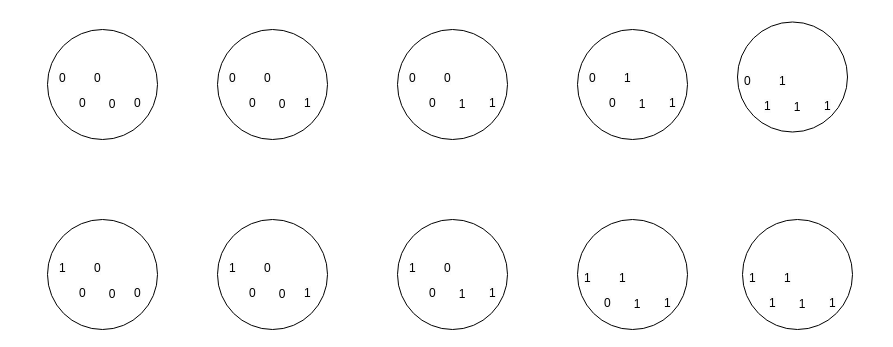
Earlier version of the draw.io diagram граф каналы.drawio (LegendarbIch/Chichin-Kirill). Source tidied: cells renumbered, new cells numbered last; positions are measured from the earlier drawing's top-left corner, leaving out a move shared by most shapes. Both pictures are drawn from the tidied source at 100%, with x=0, y=0 at pixel (47, 21).
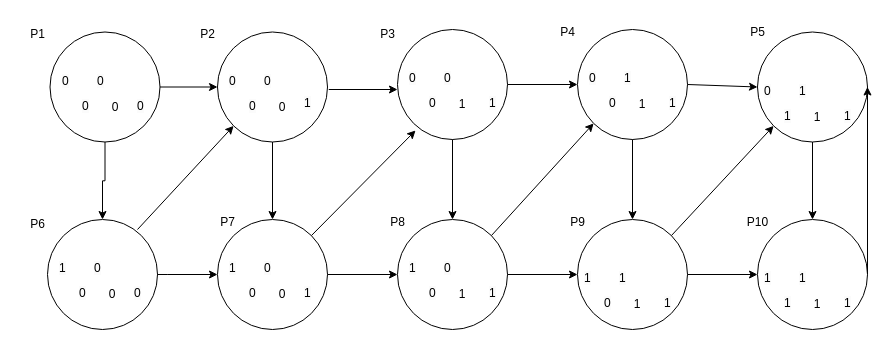
After the change.

Unchanged cells that the change refers to:
```xml
<mxCell id="10" value="&lt;span style=&quot;color: rgb(0, 0, 0); font-family: Helvetica; font-size: 12px; font-style: normal; font-variant-ligatures: normal; font-variant-caps: normal; font-weight: 400; letter-spacing: normal; orphans: 2; text-align: center; text-indent: 0px; text-transform: none; widows: 2; word-spacing: 0px; -webkit-text-stroke-width: 0px; background-color: rgb(251, 251, 251); text-decoration-thickness: initial; text-decoration-style: initial; text-decoration-color: initial; float: none; display: inline !important;&quot;&gt;1&lt;/span&gt;" style="text;whiteSpace=wrap;html=1;" parent="1" vertex="1">
  <mxGeometry x="255" y="68" width="35" height="40" as="geometry" />
</mxCell>
<mxCell id="14" style="ellipse;whiteSpace=wrap;html=1;" parent="1" vertex="1">
  <mxGeometry y="198" width="110" height="110" as="geometry" />
</mxCell>
<mxCell id="20" style="ellipse;whiteSpace=wrap;html=1;" parent="1" vertex="1">
  <mxGeometry x="170" y="198" width="110" height="110" as="geometry" />
</mxCell>
<mxCell id="26" style="ellipse;whiteSpace=wrap;html=1;" parent="1" vertex="1">
  <mxGeometry x="350" y="8" width="110" height="110" as="geometry" />
</mxCell>
<mxCell id="32" style="ellipse;whiteSpace=wrap;html=1;" parent="1" vertex="1">
  <mxGeometry x="350" y="198" width="110" height="110" as="geometry" />
</mxCell>
<mxCell id="38" style="ellipse;whiteSpace=wrap;html=1;" parent="1" vertex="1">
  <mxGeometry x="530" y="8" width="110" height="110" as="geometry" />
</mxCell>
<mxCell id="44" style="ellipse;whiteSpace=wrap;html=1;" parent="1" vertex="1">
  <mxGeometry x="530" y="198" width="110" height="110" as="geometry" />
</mxCell>
```

What changed in the source:
```diff
@@
+    <mxCell id="62" style="edgeStyle=orthogonalEdgeStyle;rounded=0;jettySize=auto;html=1;exitX=0.5;exitY=1;exitDx=0;exitDy=0;entryX=0.5;entryY=0;entryDx=0;entryDy=0;" parent="1" edge="1" source="2" target="14">
+      <mxGeometry relative="1" as="geometry" />
+    </mxCell>
     <mxCell id="2" style="ellipse;whiteSpace=wrap;html=1;" parent="1" vertex="1">
-      <mxGeometry y="8" width="110" height="110" as="geometry" />
+      <mxGeometry x="2.5" y="10.5" width="110" height="110" as="geometry" />
     </mxCell>
     <mxCell id="3" value="0" style="text;html=1;strokeColor=none;fillColor=none;align=center;verticalAlign=middle;whiteSpace=wrap;rounded=0;" parent="1" vertex="1">
-      <mxGeometry x="35" y="68" width="60" height="30" as="geometry" />
+      <mxGeometry x="37.5" y="70.5" width="60" height="30" as="geometry" />
     </mxCell>
     <mxCell id="4" value="&lt;span style=&quot;color: rgb(0, 0, 0); font-family: Helvetica; font-size: 12px; font-style: normal; font-variant-ligatures: normal; font-variant-caps: normal; font-weight: 400; letter-spacing: normal; orphans: 2; text-align: center; text-indent: 0px; text-transform: none; widows: 2; word-spacing: 0px; -webkit-text-stroke-width: 0px; background-color: rgb(251, 251, 251); text-decoration-thickness: initial; text-decoration-style: initial; text-decoration-color: initial; float: none; display: inline !important;&quot;&gt;0&lt;/span&gt;" style="text;whiteSpace=wrap;html=1;" parent="1" vertex="1">
-      <mxGeometry x="85" y="68" width="40" height="40" as="geometry" />
+      <mxGeometry x="87.5" y="70.5" width="40" height="40" as="geometry" />
     </mxCell>
     <mxCell id="5" value="&lt;span style=&quot;color: rgb(0, 0, 0); font-family: Helvetica; font-size: 12px; font-style: normal; font-variant-ligatures: normal; font-variant-caps: normal; font-weight: 400; letter-spacing: normal; orphans: 2; text-align: center; text-indent: 0px; text-transform: none; widows: 2; word-spacing: 0px; -webkit-text-stroke-width: 0px; background-color: rgb(251, 251, 251); text-decoration-thickness: initial; text-decoration-style: initial; text-decoration-color: initial; float: none; display: inline !important;&quot;&gt;0&lt;/span&gt;" style="text;whiteSpace=wrap;html=1;" parent="1" vertex="1">
-      <mxGeometry x="45" y="43" width="40" height="40" as="geometry" />
+      <mxGeometry x="47.5" y="45.5" width="40" height="40" as="geometry" />
     </mxCell>
     <mxCell id="6" value="&lt;span style=&quot;color: rgb(0, 0, 0); font-family: Helvetica; font-size: 12px; font-style: normal; font-variant-ligatures: normal; font-variant-caps: normal; font-weight: 400; letter-spacing: normal; orphans: 2; text-align: center; text-indent: 0px; text-transform: none; widows: 2; word-spacing: 0px; -webkit-text-stroke-width: 0px; background-color: rgb(251, 251, 251); text-decoration-thickness: initial; text-decoration-style: initial; text-decoration-color: initial; float: none; display: inline !important;&quot;&gt;0&lt;/span&gt;" style="text;whiteSpace=wrap;html=1;" parent="1" vertex="1">
-      <mxGeometry x="30" y="68" width="40" height="40" as="geometry" />
+      <mxGeometry x="32.5" y="70.5" width="40" height="40" as="geometry" />
     </mxCell>
     <mxCell id="7" value="&lt;span style=&quot;color: rgb(0, 0, 0); font-family: Helvetica; font-size: 12px; font-style: normal; font-variant-ligatures: normal; font-variant-caps: normal; font-weight: 400; letter-spacing: normal; orphans: 2; text-align: center; text-indent: 0px; text-transform: none; widows: 2; word-spacing: 0px; -webkit-text-stroke-width: 0px; background-color: rgb(251, 251, 251); text-decoration-thickness: initial; text-decoration-style: initial; text-decoration-color: initial; float: none; display: inline !important;&quot;&gt;0&lt;/span&gt;" style="text;whiteSpace=wrap;html=1;" parent="1" vertex="1">
-      <mxGeometry x="10" y="43" width="40" height="40" as="geometry" />
+      <mxGeometry x="12.5" y="45.5" width="40" height="40" as="geometry" />
     </mxCell>
     <mxCell id="8" style="ellipse;whiteSpace=wrap;html=1;" parent="1" vertex="1">
-      <mxGeometry x="170" y="8" width="110" height="110" as="geometry" />
+      <mxGeometry x="170" y="10.5" width="110" height="110" as="geometry" />
     </mxCell>
     <mxCell id="9" value="0" style="text;html=1;strokeColor=none;fillColor=none;align=center;verticalAlign=middle;whiteSpace=wrap;rounded=0;" parent="1" vertex="1">
-      <mxGeometry x="205" y="68" width="60" height="30" as="geometry" />
+      <mxGeometry x="205" y="70.5" width="60" height="30" as="geometry" />
     </mxCell>
@@
     <mxCell id="11" value="&lt;span style=&quot;color: rgb(0, 0, 0); font-family: Helvetica; font-size: 12px; font-style: normal; font-variant-ligatures: normal; font-variant-caps: normal; font-weight: 400; letter-spacing: normal; orphans: 2; text-align: center; text-indent: 0px; text-transform: none; widows: 2; word-spacing: 0px; -webkit-text-stroke-width: 0px; background-color: rgb(251, 251, 251); text-decoration-thickness: initial; text-decoration-style: initial; text-decoration-color: initial; float: none; display: inline !important;&quot;&gt;0&lt;/span&gt;" style="text;whiteSpace=wrap;html=1;" parent="1" vertex="1">
-      <mxGeometry x="215" y="43" width="40" height="40" as="geometry" />
+      <mxGeometry x="215" y="45.5" width="40" height="40" as="geometry" />
     </mxCell>
     <mxCell id="12" value="&lt;span style=&quot;color: rgb(0, 0, 0); font-family: Helvetica; font-size: 12px; font-style: normal; font-variant-ligatures: normal; font-variant-caps: normal; font-weight: 400; letter-spacing: normal; orphans: 2; text-align: center; text-indent: 0px; text-transform: none; widows: 2; word-spacing: 0px; -webkit-text-stroke-width: 0px; background-color: rgb(251, 251, 251); text-decoration-thickness: initial; text-decoration-style: initial; text-decoration-color: initial; float: none; display: inline !important;&quot;&gt;0&lt;/span&gt;" style="text;whiteSpace=wrap;html=1;" parent="1" vertex="1">
-      <mxGeometry x="200" y="68" width="40" height="40" as="geometry" />
+      <mxGeometry x="200" y="70.5" width="40" height="40" as="geometry" />
     </mxCell>
     <mxCell id="13" value="&lt;span style=&quot;color: rgb(0, 0, 0); font-family: Helvetica; font-size: 12px; font-style: normal; font-variant-ligatures: normal; font-variant-caps: normal; font-weight: 400; letter-spacing: normal; orphans: 2; text-align: center; text-indent: 0px; text-transform: none; widows: 2; word-spacing: 0px; -webkit-text-stroke-width: 0px; background-color: rgb(251, 251, 251); text-decoration-thickness: initial; text-decoration-style: initial; text-decoration-color: initial; float: none; display: inline !important;&quot;&gt;0&lt;/span&gt;" style="text;whiteSpace=wrap;html=1;" parent="1" vertex="1">
-      <mxGeometry x="180" y="43" width="40" height="40" as="geometry" />
+      <mxGeometry x="180" y="45.5" width="40" height="40" as="geometry" />
     </mxCell>
@@
     <mxCell id="50" style="ellipse;whiteSpace=wrap;html=1;" parent="1" vertex="1">
-      <mxGeometry x="690" y="0.5" width="110" height="110" as="geometry" />
+      <mxGeometry x="710" y="10.5" width="110" height="110" as="geometry" />
     </mxCell>
     <mxCell id="51" value="1" style="text;html=1;strokeColor=none;fillColor=none;align=center;verticalAlign=middle;whiteSpace=wrap;rounded=0;" parent="1" vertex="1">
-      <mxGeometry x="720" y="70.5" width="60" height="30" as="geometry" />
+      <mxGeometry x="740" y="80.5" width="60" height="30" as="geometry" />
     </mxCell>
     <mxCell id="52" value="&lt;span style=&quot;color: rgb(0, 0, 0); font-family: Helvetica; font-size: 12px; font-style: normal; font-variant-ligatures: normal; font-variant-caps: normal; font-weight: 400; letter-spacing: normal; orphans: 2; text-align: center; text-indent: 0px; text-transform: none; widows: 2; word-spacing: 0px; -webkit-text-stroke-width: 0px; background-color: rgb(251, 251, 251); text-decoration-thickness: initial; text-decoration-style: initial; text-decoration-color: initial; float: none; display: inline !important;&quot;&gt;1&lt;/span&gt;" style="text;whiteSpace=wrap;html=1;" parent="1" vertex="1">
-      <mxGeometry x="775" y="70.5" width="30" height="40" as="geometry" />
+      <mxGeometry x="795" y="80.5" width="30" height="40" as="geometry" />
     </mxCell>
     <mxCell id="53" value="&lt;span style=&quot;color: rgb(0, 0, 0); font-family: Helvetica; font-size: 12px; font-style: normal; font-variant-ligatures: normal; font-variant-caps: normal; font-weight: 400; letter-spacing: normal; orphans: 2; text-align: center; text-indent: 0px; text-transform: none; widows: 2; word-spacing: 0px; -webkit-text-stroke-width: 0px; background-color: rgb(251, 251, 251); text-decoration-thickness: initial; text-decoration-style: initial; text-decoration-color: initial; float: none; display: inline !important;&quot;&gt;1&lt;/span&gt;" style="text;whiteSpace=wrap;html=1;" parent="1" vertex="1">
-      <mxGeometry x="730" y="45.5" width="40" height="25" as="geometry" />
+      <mxGeometry x="750" y="55.5" width="40" height="25" as="geometry" />
     </mxCell>
     <mxCell id="54" value="&lt;span style=&quot;color: rgb(0, 0, 0); font-family: Helvetica; font-size: 12px; font-style: normal; font-variant-ligatures: normal; font-variant-caps: normal; font-weight: 400; letter-spacing: normal; orphans: 2; text-align: center; text-indent: 0px; text-transform: none; widows: 2; word-spacing: 0px; -webkit-text-stroke-width: 0px; background-color: rgb(251, 251, 251); text-decoration-thickness: initial; text-decoration-style: initial; text-decoration-color: initial; float: none; display: inline !important;&quot;&gt;1&lt;/span&gt;" style="text;whiteSpace=wrap;html=1;" parent="1" vertex="1">
-      <mxGeometry x="715" y="70.5" width="15" height="40" as="geometry" />
+      <mxGeometry x="735" y="80.5" width="15" height="40" as="geometry" />
     </mxCell>
     <mxCell id="55" value="&lt;span style=&quot;color: rgb(0, 0, 0); font-family: Helvetica; font-size: 12px; font-style: normal; font-variant-ligatures: normal; font-variant-caps: normal; font-weight: 400; letter-spacing: normal; orphans: 2; text-align: center; text-indent: 0px; text-transform: none; widows: 2; word-spacing: 0px; -webkit-text-stroke-width: 0px; background-color: rgb(251, 251, 251); text-decoration-thickness: initial; text-decoration-style: initial; text-decoration-color: initial; float: none; display: inline !important;&quot;&gt;0&lt;/span&gt;" style="text;whiteSpace=wrap;html=1;" parent="1" vertex="1">
-      <mxGeometry x="695" y="45.5" width="30" height="40" as="geometry" />
+      <mxGeometry x="715" y="55.5" width="30" height="40" as="geometry" />
     </mxCell>
     <mxCell id="56" style="ellipse;whiteSpace=wrap;html=1;" parent="1" vertex="1">
-      <mxGeometry x="695" y="198" width="110" height="110" as="geometry" />
+      <mxGeometry x="710" y="198" width="110" height="110" as="geometry" />
     </mxCell>
     <mxCell id="57" value="1" style="text;html=1;strokeColor=none;fillColor=none;align=center;verticalAlign=middle;whiteSpace=wrap;rounded=0;" parent="1" vertex="1">
-      <mxGeometry x="725" y="268" width="60" height="30" as="geometry" />
+      <mxGeometry x="740" y="268" width="60" height="30" as="geometry" />
     </mxCell>
     <mxCell id="58" value="&lt;span style=&quot;color: rgb(0, 0, 0); font-family: Helvetica; font-size: 12px; font-style: normal; font-variant-ligatures: normal; font-variant-caps: normal; font-weight: 400; letter-spacing: normal; orphans: 2; text-align: center; text-indent: 0px; text-transform: none; widows: 2; word-spacing: 0px; -webkit-text-stroke-width: 0px; background-color: rgb(251, 251, 251); text-decoration-thickness: initial; text-decoration-style: initial; text-decoration-color: initial; float: none; display: inline !important;&quot;&gt;1&lt;/span&gt;" style="text;whiteSpace=wrap;html=1;" parent="1" vertex="1">
-      <mxGeometry x="780" y="268" width="30" height="40" as="geometry" />
+      <mxGeometry x="795" y="268" width="30" height="40" as="geometry" />
     </mxCell>
     <mxCell id="59" value="&lt;span style=&quot;color: rgb(0, 0, 0); font-family: Helvetica; font-size: 12px; font-style: normal; font-variant-ligatures: normal; font-variant-caps: normal; font-weight: 400; letter-spacing: normal; orphans: 2; text-align: center; text-indent: 0px; text-transform: none; widows: 2; word-spacing: 0px; -webkit-text-stroke-width: 0px; background-color: rgb(251, 251, 251); text-decoration-thickness: initial; text-decoration-style: initial; text-decoration-color: initial; float: none; display: inline !important;&quot;&gt;1&lt;/span&gt;" style="text;whiteSpace=wrap;html=1;" parent="1" vertex="1">
-      <mxGeometry x="735" y="243" width="40" height="25" as="geometry" />
+      <mxGeometry x="750" y="243" width="40" height="25" as="geometry" />
     </mxCell>
     <mxCell id="60" value="&lt;span style=&quot;color: rgb(0, 0, 0); font-family: Helvetica; font-size: 12px; font-style: normal; font-variant-ligatures: normal; font-variant-caps: normal; font-weight: 400; letter-spacing: normal; orphans: 2; text-align: center; text-indent: 0px; text-transform: none; widows: 2; word-spacing: 0px; -webkit-text-stroke-width: 0px; background-color: rgb(251, 251, 251); text-decoration-thickness: initial; text-decoration-style: initial; text-decoration-color: initial; float: none; display: inline !important;&quot;&gt;1&lt;/span&gt;" style="text;whiteSpace=wrap;html=1;" parent="1" vertex="1">
-      <mxGeometry x="720" y="268" width="10" height="40" as="geometry" />
+      <mxGeometry x="735" y="268" width="10" height="40" as="geometry" />
     </mxCell>
     <mxCell id="61" value="&lt;span style=&quot;color: rgb(0, 0, 0); font-family: Helvetica; font-size: 12px; font-style: normal; font-variant-ligatures: normal; font-variant-caps: normal; font-weight: 400; letter-spacing: normal; orphans: 2; text-align: center; text-indent: 0px; text-transform: none; widows: 2; word-spacing: 0px; -webkit-text-stroke-width: 0px; background-color: rgb(251, 251, 251); text-decoration-thickness: initial; text-decoration-style: initial; text-decoration-color: initial; float: none; display: inline !important;&quot;&gt;1&lt;/span&gt;" style="text;whiteSpace=wrap;html=1;" parent="1" vertex="1">
-      <mxGeometry x="700" y="243" width="30" height="40" as="geometry" />
+      <mxGeometry x="715" y="243" width="30" height="40" as="geometry" />
     </mxCell>
+    <mxCell id="63" style="endArrow=classic;html=1;rounded=0;entryX=0;entryY=1;entryDx=0;entryDy=0;" parent="1" edge="1" target="8">
+      <mxGeometry relative="1" as="geometry">
+        <mxPoint x="90" y="208" as="sourcePoint" />
+      </mxGeometry>
+    </mxCell>
+    <mxCell id="64" style="endArrow=classic;html=1;rounded=0;entryX=0;entryY=0.5;entryDx=0;entryDy=0;" parent="1" edge="1" target="20">
+      <mxGeometry relative="1" as="geometry">
+        <mxPoint x="120" y="253" as="sourcePoint" />
+        <Array as="points">
+          <mxPoint x="110" y="253" />
+          <mxPoint x="120" y="253" />
+        </Array>
+      </mxGeometry>
+    </mxCell>
+    <mxCell id="65" style="endArrow=classic;html=1;rounded=0;exitX=1;exitY=0.5;exitDx=0;exitDy=0;entryX=0;entryY=0.5;entryDx=0;entryDy=0;" parent="1" edge="1" source="2" target="8">
+      <mxGeometry relative="1" as="geometry" />
+    </mxCell>
+    <mxCell id="66" style="endArrow=classic;html=1;rounded=0;exitX=0.75;exitY=0;exitDx=0;exitDy=0;" parent="1" edge="1" source="10">
+      <mxGeometry relative="1" as="geometry">
+        <mxPoint x="350" y="68" as="targetPoint" />
+      </mxGeometry>
+    </mxCell>
+    <mxCell id="67" style="endArrow=classic;html=1;rounded=0;exitX=0.5;exitY=1;exitDx=0;exitDy=0;entryX=0.5;entryY=0;entryDx=0;entryDy=0;" parent="1" edge="1" source="8" target="20">
+      <mxGeometry relative="1" as="geometry" />
+    </mxCell>
+    <mxCell id="68" style="endArrow=classic;html=1;rounded=0;exitX=1;exitY=0;exitDx=0;exitDy=0;entryX=0.164;entryY=0.918;entryDx=0;entryDy=0;entryPerimeter=0;" parent="1" edge="1" source="20" target="26">
+      <mxGeometry relative="1" as="geometry" />
+    </mxCell>
+    <mxCell id="69" style="endArrow=classic;html=1;rounded=0;exitX=1;exitY=0.5;exitDx=0;exitDy=0;entryX=0;entryY=0.5;entryDx=0;entryDy=0;" parent="1" edge="1" source="20" target="32">
+      <mxGeometry relative="1" as="geometry" />
+    </mxCell>
+    <mxCell id="70" style="endArrow=classic;html=1;rounded=0;entryX=0.5;entryY=0;entryDx=0;entryDy=0;exitX=0.5;exitY=1;exitDx=0;exitDy=0;" parent="1" edge="1" source="26" target="32">
+      <mxGeometry relative="1" as="geometry" />
+    </mxCell>
+    <mxCell id="71" style="endArrow=classic;html=1;rounded=0;entryX=0;entryY=0.5;entryDx=0;entryDy=0;exitX=1;exitY=0.5;exitDx=0;exitDy=0;exitPerimeter=0;" parent="1" edge="1" source="26" target="38">
+      <mxGeometry relative="1" as="geometry" />
+    </mxCell>
+    <mxCell id="72" style="endArrow=classic;html=1;rounded=0;entryX=0;entryY=1;entryDx=0;entryDy=0;exitX=1;exitY=0;exitDx=0;exitDy=0;" parent="1" edge="1" source="32" target="38">
+      <mxGeometry relative="1" as="geometry" />
+    </mxCell>
+    <mxCell id="73" style="endArrow=classic;html=1;rounded=0;exitX=1;exitY=0.5;exitDx=0;exitDy=0;entryX=0;entryY=0.5;entryDx=0;entryDy=0;exitPerimeter=0;" parent="1" edge="1" source="32" target="44">
+      <mxGeometry relative="1" as="geometry" />
+    </mxCell>
+    <mxCell id="74" style="endArrow=classic;html=1;rounded=0;exitX=1;exitY=0;exitDx=0;exitDy=0;entryX=0;entryY=1;entryDx=0;entryDy=0;" parent="1" edge="1" source="44" target="50">
+      <mxGeometry relative="1" as="geometry" />
+    </mxCell>
+    <mxCell id="75" style="endArrow=classic;html=1;rounded=0;entryX=0;entryY=0.5;entryDx=0;entryDy=0;exitX=1;exitY=0.5;exitDx=0;exitDy=0;" parent="1" edge="1" source="38" target="50">
+      <mxGeometry relative="1" as="geometry" />
+    </mxCell>
+    <mxCell id="76" style="endArrow=classic;html=1;rounded=0;exitX=0.5;exitY=1;exitDx=0;exitDy=0;entryX=0.5;entryY=0;entryDx=0;entryDy=0;" parent="1" edge="1" source="38" target="44">
+      <mxGeometry relative="1" as="geometry" />
+    </mxCell>
+    <mxCell id="77" style="endArrow=classic;html=1;rounded=0;exitX=1;exitY=0.5;exitDx=0;exitDy=0;entryX=0;entryY=0.5;entryDx=0;entryDy=0;" parent="1" edge="1" source="44" target="56">
+      <mxGeometry relative="1" as="geometry" />
+    </mxCell>
+    <mxCell id="78" style="endArrow=classic;html=1;rounded=0;exitX=0.5;exitY=1;exitDx=0;exitDy=0;entryX=0.5;entryY=0;entryDx=0;entryDy=0;" parent="1" edge="1" source="50" target="56">
+      <mxGeometry relative="1" as="geometry" />
+    </mxCell>
+    <mxCell id="79" style="endArrow=classic;html=1;rounded=0;exitX=1;exitY=0.5;exitDx=0;exitDy=0;entryX=1;entryY=0.5;entryDx=0;entryDy=0;" parent="1" edge="1" source="56" target="50">
+      <mxGeometry relative="1" as="geometry" />
+    </mxCell>
+    <mxCell id="80" value="P1" style="text;html=1;align=center;verticalAlign=middle;strokeColor=none;fillColor=none;" parent="1" vertex="1">
+      <mxGeometry x="-30" y="-2" width="40" height="30" as="geometry" />
+    </mxCell>
+    <mxCell id="81" value="P2" style="text;html=1;align=center;verticalAlign=middle;strokeColor=none;fillColor=none;" parent="1" vertex="1">
+      <mxGeometry x="140" y="-2" width="40" height="30" as="geometry" />
+    </mxCell>
+    <mxCell id="82" value="P3" style="text;html=1;align=center;verticalAlign=middle;strokeColor=none;fillColor=none;" parent="1" vertex="1">
+      <mxGeometry x="320" y="-2" width="40" height="30" as="geometry" />
+    </mxCell>
+    <mxCell id="83" value="P4" style="text;html=1;align=center;verticalAlign=middle;strokeColor=none;fillColor=none;" parent="1" vertex="1">
+      <mxGeometry x="500" y="-4" width="40" height="30" as="geometry" />
+    </mxCell>
+    <mxCell id="84" value="P5" style="text;html=1;align=center;verticalAlign=middle;strokeColor=none;fillColor=none;" parent="1" vertex="1">
+      <mxGeometry x="690" y="-4" width="40" height="30" as="geometry" />
+    </mxCell>
+    <mxCell id="85" value="P6" style="text;html=1;align=center;verticalAlign=middle;strokeColor=none;fillColor=none;" parent="1" vertex="1">
+      <mxGeometry x="-30" y="188" width="40" height="30" as="geometry" />
+    </mxCell>
+    <mxCell id="86" value="P7" style="text;html=1;align=center;verticalAlign=middle;strokeColor=none;fillColor=none;" parent="1" vertex="1">
+      <mxGeometry x="160" y="186" width="40" height="30" as="geometry" />
+    </mxCell>
+    <mxCell id="87" value="P8" style="text;html=1;align=center;verticalAlign=middle;strokeColor=none;fillColor=none;" parent="1" vertex="1">
+      <mxGeometry x="330" y="186" width="40" height="30" as="geometry" />
+    </mxCell>
+    <mxCell id="88" value="P9" style="text;html=1;align=center;verticalAlign=middle;strokeColor=none;fillColor=none;" parent="1" vertex="1">
+      <mxGeometry x="510" y="186" width="40" height="30" as="geometry" />
+    </mxCell>
+    <mxCell id="89" value="P10" style="text;html=1;align=center;verticalAlign=middle;strokeColor=none;fillColor=none;" parent="1" vertex="1">
+      <mxGeometry x="690" y="186" width="40" height="30" as="geometry" />
+    </mxCell>
```
